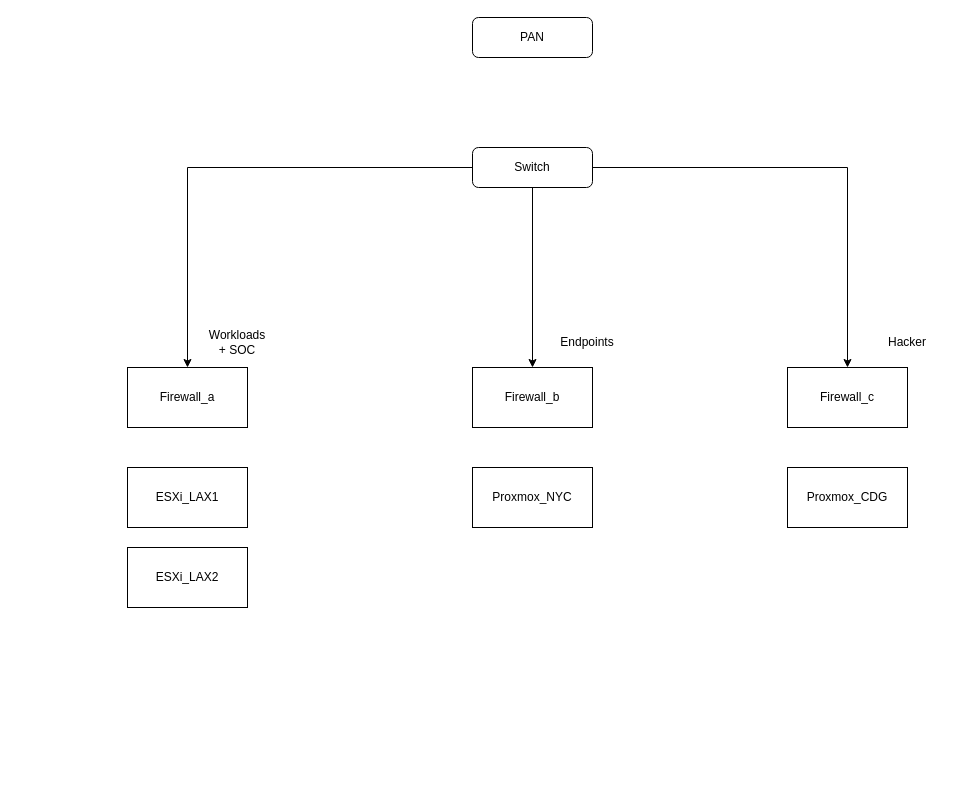
Above: CyberRange14444.drawio in VTFoundation/Drawio (draw.io), before the change. Source tidied: cells renumbered, new cells numbered last; positions are measured from the earlier drawing's top-left corner, leaving out a move shared by most shapes. Both pictures are drawn from the tidied source at 100%, with x=0, y=0 at pixel (127, 17).
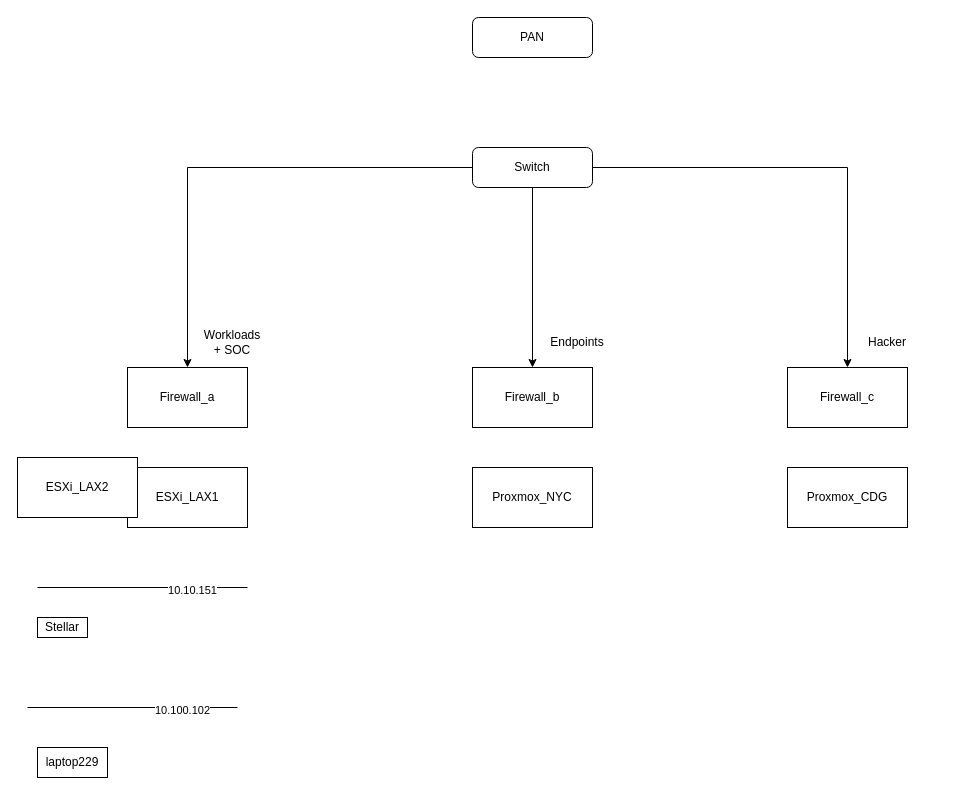
Above is the later version.

Change to the diagram source:
```diff
@@
     <mxCell id="10" value="Workloads&lt;br&gt;+ SOC" style="text;html=1;align=center;verticalAlign=middle;whiteSpace=wrap;rounded=0;" parent="1" vertex="1">
-      <mxGeometry x="80" y="310" width="60" height="30" as="geometry" />
+      <mxGeometry x="70" y="310" width="70" height="30" as="geometry" />
     </mxCell>
     <mxCell id="11" value="Endpoints" style="text;html=1;align=center;verticalAlign=middle;whiteSpace=wrap;rounded=0;" parent="1" vertex="1">
-      <mxGeometry x="430" y="310" width="60" height="30" as="geometry" />
+      <mxGeometry x="420" y="310" width="60" height="30" as="geometry" />
     </mxCell>
@@
     <mxCell id="13" value="ESXi_LAX2" style="rounded=0;whiteSpace=wrap;html=1;" parent="1" vertex="1">
-      <mxGeometry y="530" width="120" height="60" as="geometry" />
+      <mxGeometry x="-110" y="440" width="120" height="60" as="geometry" />
     </mxCell>
     <mxCell id="14" value="Hacker" style="text;html=1;align=center;verticalAlign=middle;whiteSpace=wrap;rounded=0;" parent="1" vertex="1">
-      <mxGeometry x="750" y="310" width="60" height="30" as="geometry" />
+      <mxGeometry x="730" y="310" width="60" height="30" as="geometry" />
     </mxCell>
@@
+    <mxCell id="17" value="Stellar" style="rounded=0;whiteSpace=wrap;html=1;" parent="1" vertex="1">
+      <mxGeometry x="-90" y="600" width="50" height="20" as="geometry" />
+    </mxCell>
+    <mxCell id="18" style="endArrow=none;html=1;rounded=0;" parent="1" edge="1">
+      <mxGeometry relative="1" as="geometry">
+        <mxPoint x="-90" y="570" as="sourcePoint" />
+        <mxPoint x="120" y="570" as="targetPoint" />
+      </mxGeometry>
+    </mxCell>
+    <mxCell id="19" value="10.10.151" style="edgeLabel;html=1;align=center;verticalAlign=middle;" parent="18" vertex="1">
+      <mxGeometry x="0.47" y="-2" relative="1" as="geometry" />
+    </mxCell>
+    <mxCell id="20" style="endArrow=none;html=1;rounded=0;" parent="1" edge="1">
+      <mxGeometry relative="1" as="geometry">
+        <mxPoint x="-100" y="690" as="sourcePoint" />
+        <mxPoint x="110" y="690" as="targetPoint" />
+      </mxGeometry>
+    </mxCell>
+    <mxCell id="21" value="10.100.102" style="edgeLabel;html=1;align=center;verticalAlign=middle;" parent="20" vertex="1">
+      <mxGeometry x="0.47" y="-2" relative="1" as="geometry" />
+    </mxCell>
+    <mxCell id="22" value="laptop229" style="rounded=0;whiteSpace=wrap;html=1;" parent="1" vertex="1">
+      <mxGeometry x="-90" y="730" width="70" height="30" as="geometry" />
+    </mxCell>
```
